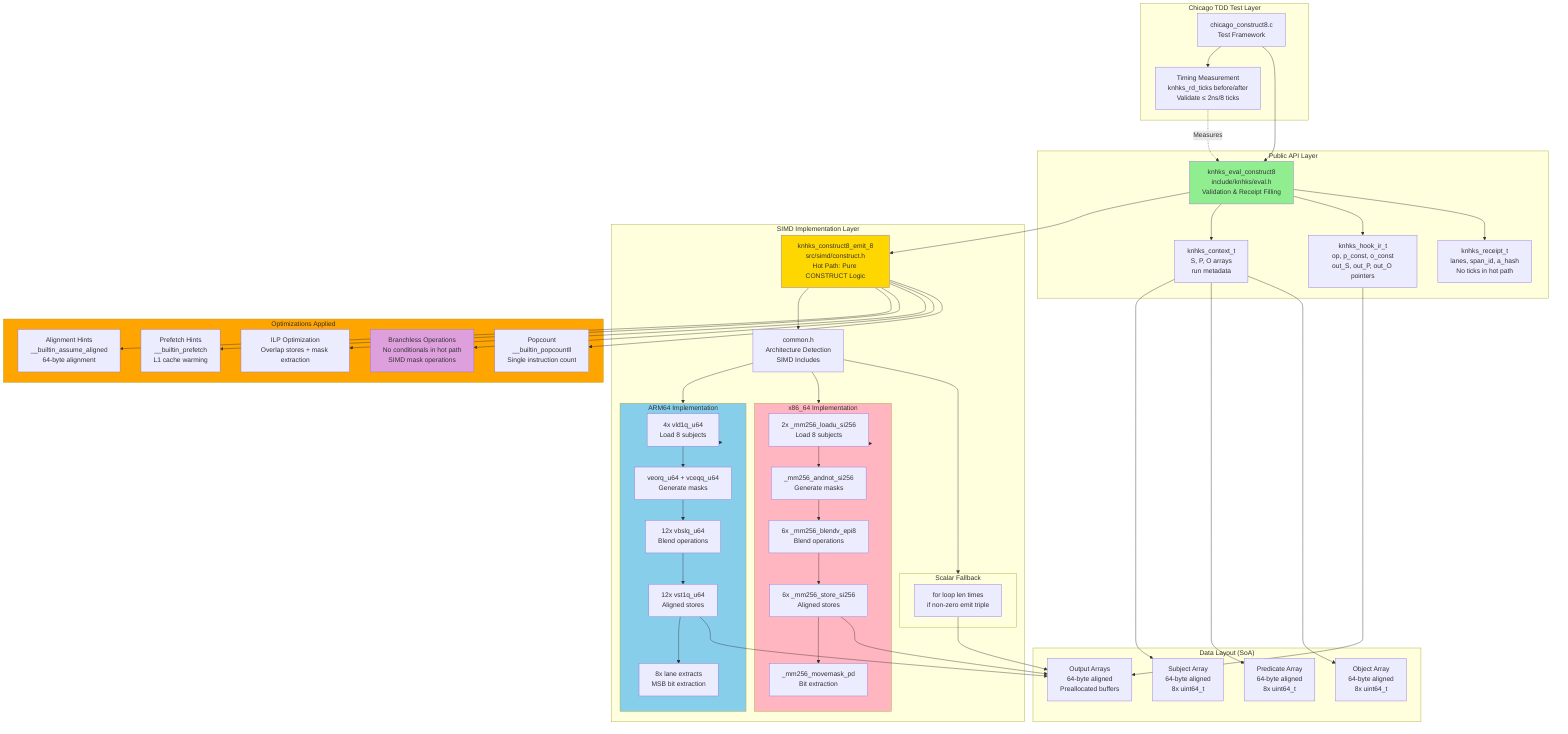
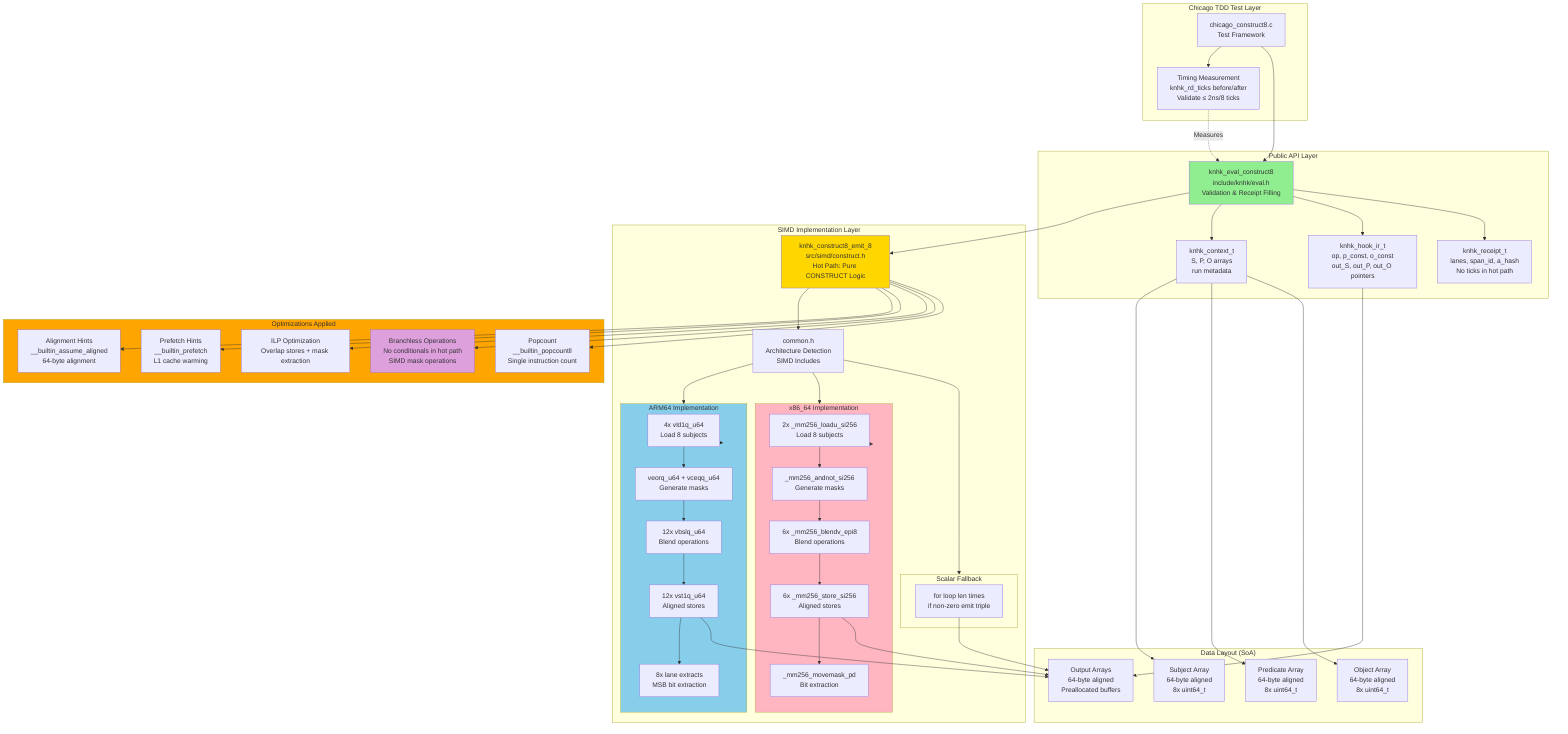
graph TB
    subgraph TestLayer["Chicago TDD Test Layer"]
        Test[chicago_construct8.c<br/>Test Framework]
-         Timing[Timing Measurement<br/>knhks_rd_ticks before/after<br/>Validate ≤ 2ns/8 ticks]
+         Timing[Timing Measurement<br/>knhk_rd_ticks before/after<br/>Validate ≤ 2ns/8 ticks]
        Test --> Timing
    end

    subgraph APILayer["Public API Layer"]
-         Eval[knhks_eval_construct8<br/>include/knhks/eval.h<br/>Validation & Receipt Filling]
-         Context[knhks_context_t<br/>S, P, O arrays<br/>run metadata]
-         IR[knhks_hook_ir_t<br/>op, p_const, o_const<br/>out_S, out_P, out_O pointers]
-         Receipt[knhks_receipt_t<br/>lanes, span_id, a_hash<br/>No ticks in hot path]
+         Eval[knhk_eval_construct8<br/>include/knhk/eval.h<br/>Validation & Receipt Filling]
+         Context[knhk_context_t<br/>S, P, O arrays<br/>run metadata]
+         IR[knhk_hook_ir_t<br/>op, p_const, o_const<br/>out_S, out_P, out_O pointers]
+         Receipt[knhk_receipt_t<br/>lanes, span_id, a_hash<br/>No ticks in hot path]
    end

    subgraph SIMDLayer["SIMD Implementation Layer"]
-         Construct8[knhks_construct8_emit_8<br/>src/simd/construct.h<br/>Hot Path: Pure CONSTRUCT Logic]
+         Construct8[knhk_construct8_emit_8<br/>src/simd/construct.h<br/>Hot Path: Pure CONSTRUCT Logic]
        Common[common.h<br/>Architecture Detection<br/>SIMD Includes]

        subgraph ARM64["ARM64 Implementation"]
            ARM_Load[4x vld1q_u64<br/>Load 8 subjects]
            ARM_Mask[veorq_u64 + vceqq_u64<br/>Generate masks]
            ARM_Blend[12x vbslq_u64<br/>Blend operations]
            ARM_Store[12x vst1q_u64<br/>Aligned stores]
            ARM_Extract[8x lane extracts<br/>MSB bit extraction]
        end

        subgraph x86_64["x86_64 Implementation"]
            x86_Load[2x _mm256_loadu_si256<br/>Load 8 subjects]
            x86_Mask[_mm256_andnot_si256<br/>Generate masks]
            x86_Blend[6x _mm256_blendv_epi8<br/>Blend operations]
            x86_Store[6x _mm256_store_si256<br/>Aligned stores]
            x86_Extract[_mm256_movemask_pd<br/>Bit extraction]
        end

        subgraph Scalar["Scalar Fallback"]
            ScalarLoop[for loop len times<br/>if non-zero emit triple]
        end
    end

    subgraph Optimizations["Optimizations Applied"]
        Align[Alignment Hints<br/>__builtin_assume_aligned<br/>64-byte alignment]
        Prefetch[Prefetch Hints<br/>__builtin_prefetch<br/>L1 cache warming]
        ILP[ILP Optimization<br/>Overlap stores + mask extraction]
        Branchless[Branchless Operations<br/>No conditionals in hot path<br/>SIMD mask operations]
        Popcount[Popcount<br/>__builtin_popcountll<br/>Single instruction count]
    end

    subgraph DataLayout["Data Layout (SoA)"]
        SoA_S[Subject Array<br/>64-byte aligned<br/>8x uint64_t]
        SoA_P[Predicate Array<br/>64-byte aligned<br/>8x uint64_t]
        SoA_O[Object Array<br/>64-byte aligned<br/>8x uint64_t]
        OutArrays[Output Arrays<br/>64-byte aligned<br/>Preallocated buffers]
    end

    Test --> Eval
    Timing -.->|Measures| Eval

    Eval --> Construct8
    Eval --> Context
    Eval --> IR
    Eval --> Receipt

    Construct8 --> Common
    Common --> ARM64
    Common --> x86_64
    Common --> Scalar

    ARM64 --> ARM_Load
    ARM_Load --> ARM_Mask
    ARM_Mask --> ARM_Blend
    ARM_Blend --> ARM_Store
    ARM_Store --> ARM_Extract

    x86_64 --> x86_Load
    x86_Load --> x86_Mask
    x86_Mask --> x86_Blend
    x86_Blend --> x86_Store
    x86_Store --> x86_Extract

    Construct8 --> Align
    Construct8 --> Prefetch
    Construct8 --> ILP
    Construct8 --> Branchless
    Construct8 --> Popcount

    Context --> SoA_S
    Context --> SoA_P
    Context --> SoA_O
    IR --> OutArrays

    ARM_Store --> OutArrays
    x86_Store --> OutArrays
    ScalarLoop --> OutArrays

    style Construct8 fill:#FFD700
    style Eval fill:#90EE90
    style ARM64 fill:#87CEEB
    style x86_64 fill:#FFB6C1
    style Branchless fill:#DDA0DD
    style Optimizations fill:#FFA500

